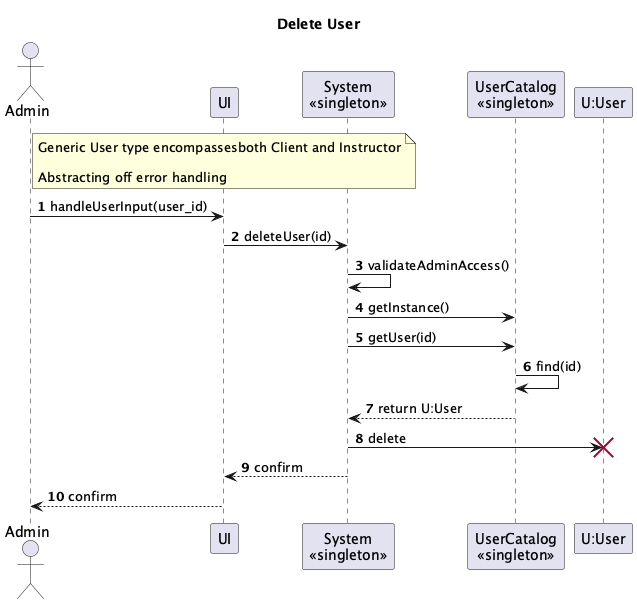
Earlier version of the PlantUML export System-Diagrams/UML Interaction/Admin/Admin-Interaction-Diagrams_002.png (vibqetowi/soen-342-project).
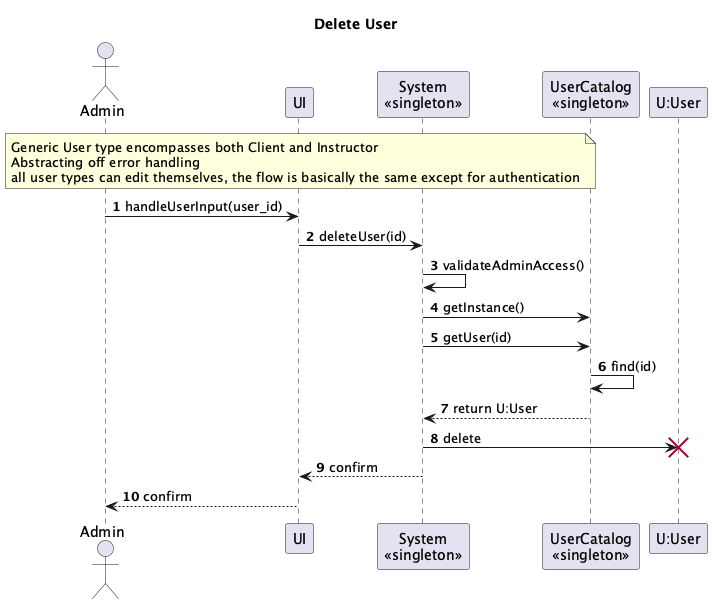
Above is the later version.

Change to the diagram source:
```diff
@@ -6,9 +6,9 @@
 participant "U:User" as User
 
 note over UI
-Generic User type encompassesboth Client and Instructor
-
+Generic User type encompasses both Client and Instructor
 Abstracting off error handling
+all user types can edit themselves, the flow is basically the same except for authentication
 end note
 
 title Delete User
```
